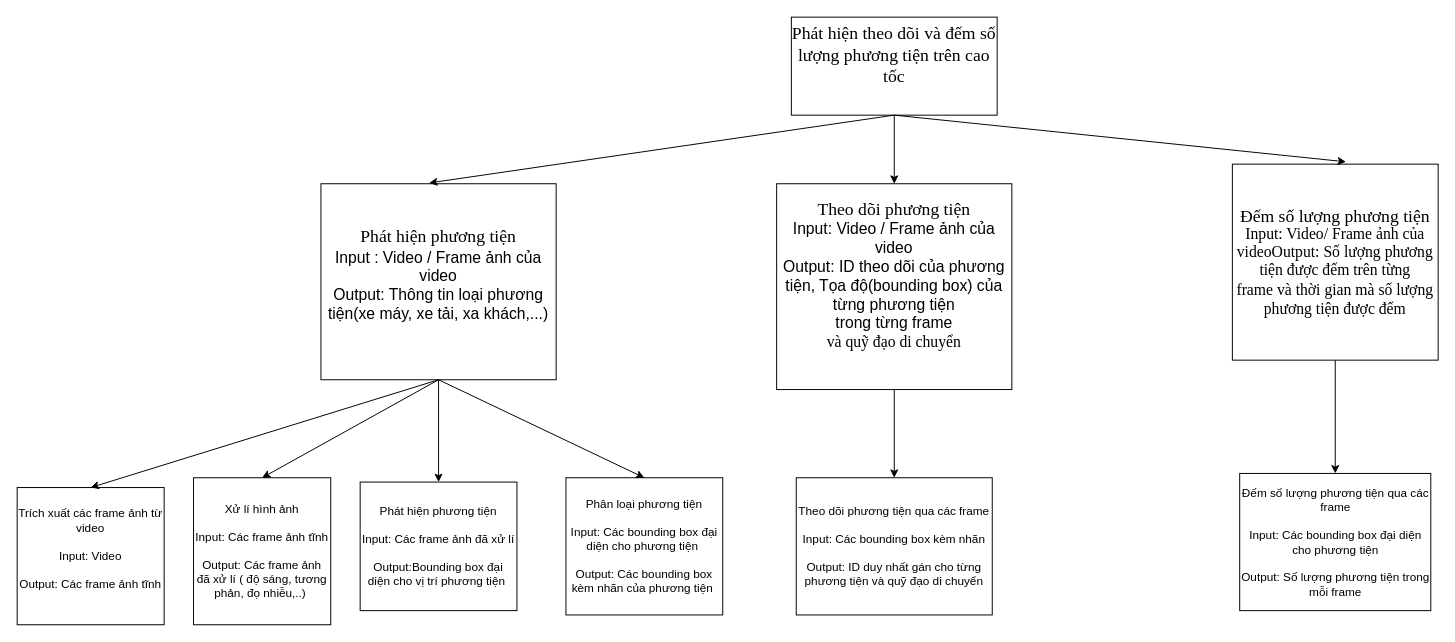
This is Biểu đồ không có tiêu đề.drawio from Hai-Dao2004/Hai, a draw.io file, before an edit. Source tidied: cells renumbered, new cells numbered last; positions are measured from the earlier drawing's top-left corner, leaving out a move shared by most shapes. Both pictures are drawn from the tidied source at 98%, with x=0, y=0 at pixel (17, 17).
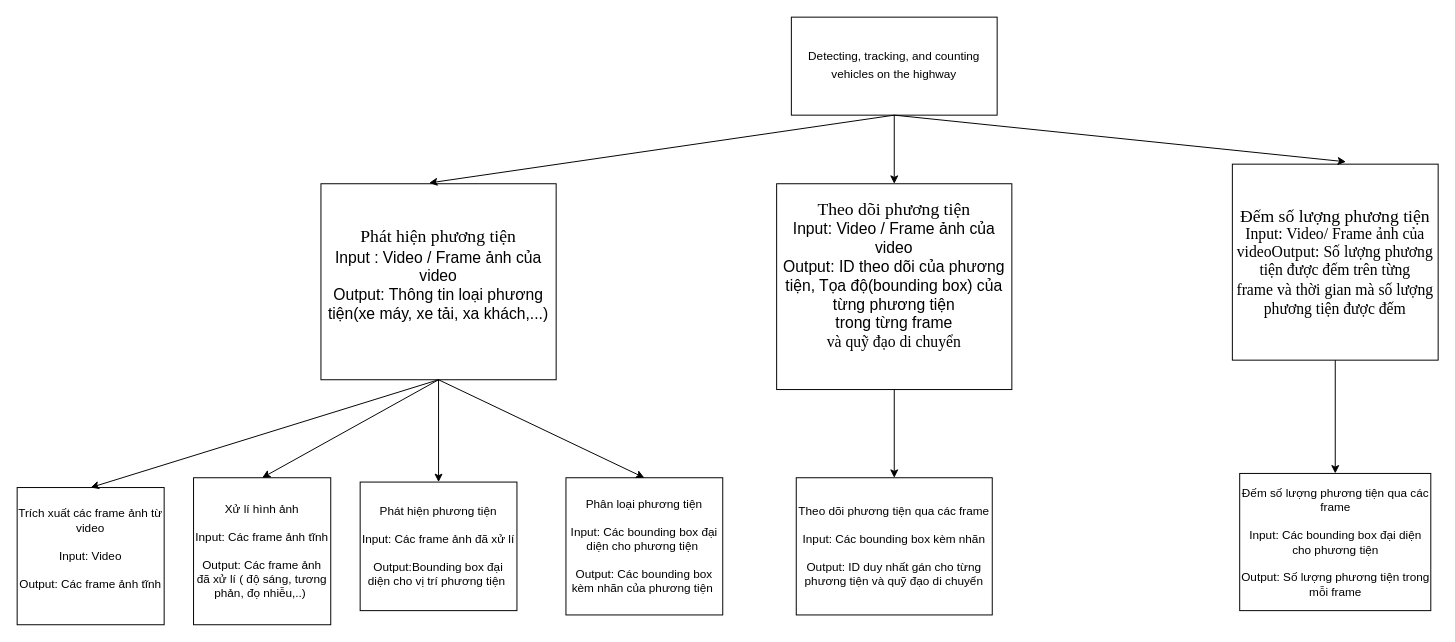
The same page after the edit.

Commit message:
Cập nhật Biểu đồ không có tiêu đề.drawio

The edit, as a diff of the source:
```diff
@@
-    <mxCell id="2" value="&lt;font face=&quot;Times New Roman&quot;&gt;&lt;span style=&quot;font-size: 18px;&quot;&gt;Phát hiện theo dõi và đếm số lượng phương tiện trên cao tốc&lt;/span&gt;&lt;/font&gt;&lt;div&gt;&lt;font face=&quot;Times New Roman&quot;&gt;&lt;span style=&quot;font-size: 18px;&quot;&gt;&lt;br&gt;&lt;/span&gt;&lt;/font&gt;&lt;/div&gt;" style="rounded=0;whiteSpace=wrap;html=1;" parent="1" vertex="1">
+    <mxCell id="2" value="&lt;div&gt;Detecting, tracking, and counting vehicles on the highway&lt;font face=&quot;Times New Roman&quot;&gt;&lt;span style=&quot;font-size: 18px;&quot;&gt;&lt;br&gt;&lt;/span&gt;&lt;/font&gt;&lt;/div&gt;" style="rounded=0;whiteSpace=wrap;html=1;" parent="1" vertex="1">
       <mxGeometry x="790" width="210" height="100" as="geometry" />
     </mxCell>
```
